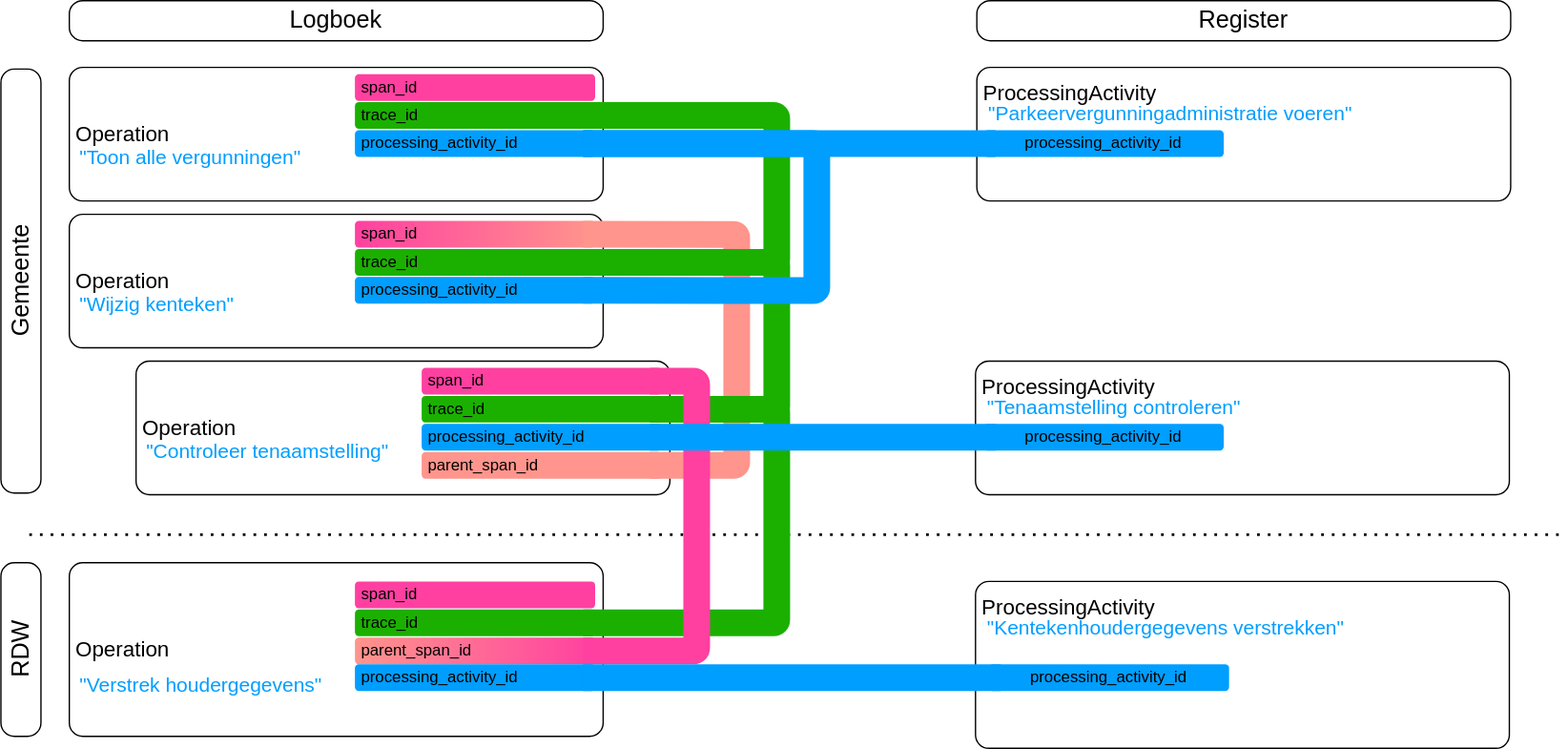
This is media/relatie_logboekelementen_afbeelding14.svg from Logius-standaarden/logboek-dataverwerkingen-inleiding, a draw.io export, as it was before one commit. Source tidied: cells renumbered, new cells last; positions are measured from the earlier drawing's top-left corner, leaving out a move shared by most shapes.
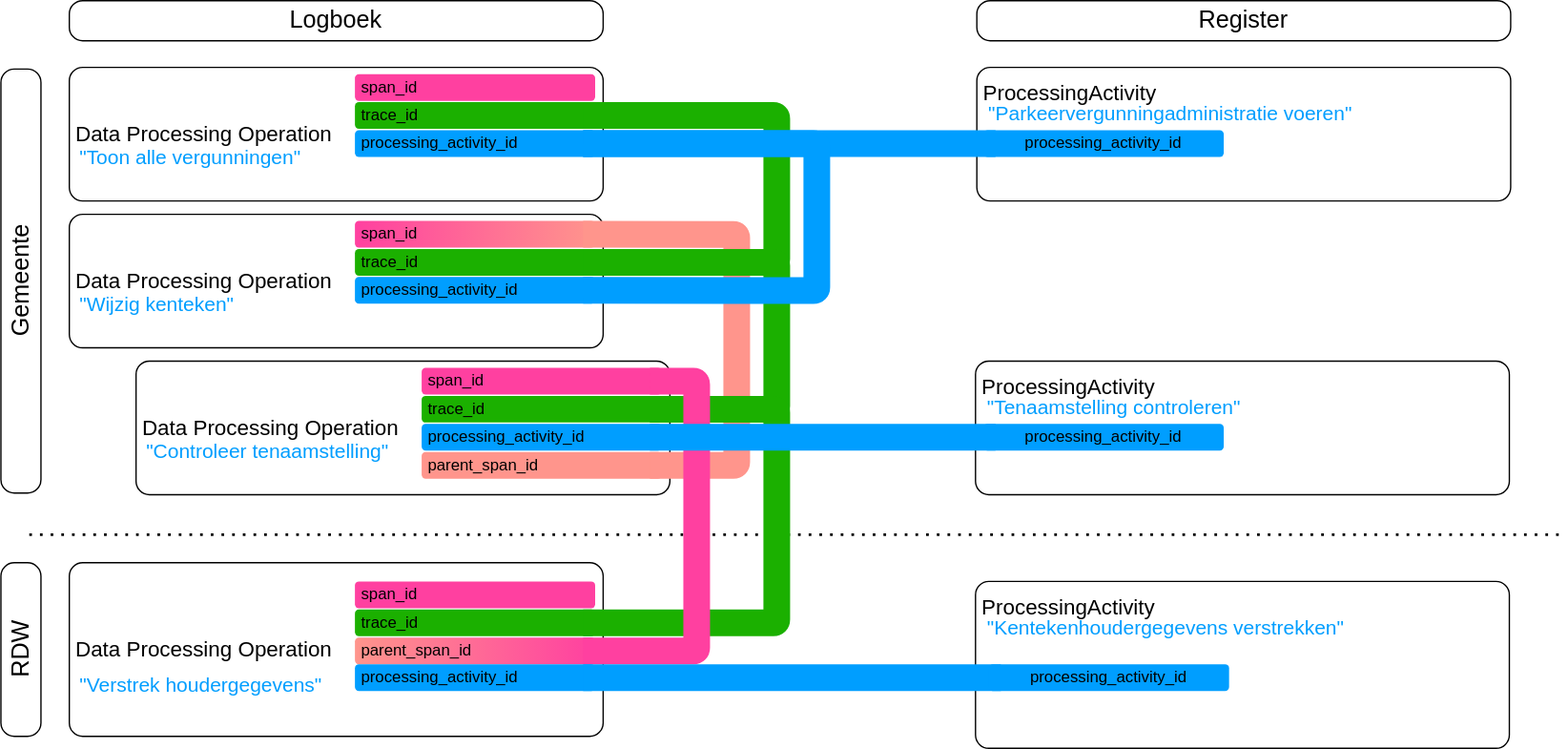
After the change.

Change to the diagram source:
```diff
@@ -2,7 +2,7 @@
   <root>
     <mxCell id="0" />
     <mxCell id="1" parent="0" />
-    <mxCell id="2" value="Operation" style="rounded=1;whiteSpace=wrap;html=1;align=left;fontSize=16;spacing=5;absoluteArcSize=1;fillColor=none;" parent="1" vertex="1">
+    <mxCell id="2" value="Data Processing Operation" style="rounded=1;whiteSpace=wrap;html=1;align=left;fontSize=16;spacing=5;absoluteArcSize=1;fillColor=none;" parent="1" vertex="1">
       <mxGeometry x="195" y="50" width="400" height="100" as="geometry" />
     </mxCell>
     <mxCell id="3" value="trace_id" style="rounded=1;whiteSpace=wrap;html=1;strokeColor=none;fillColor=#1BB000;points=[[0,0,0,0,0],[0,0.25,0,0,0],[0,0.75,0,0,0],[0,1,0,0,0],[0.05,0.5,0,0,0],[0.25,0,0,0,0],[0.25,1,0,0,0],[0.5,0,0,0,0],[0.5,1,0,0,0],[0.75,0,0,0,0],[0.75,1,0,0,0],[0.95,0.5,0,0,0],[1,0,0,0,0],[1,0.25,0,0,0],[1,0.75,0,0,0],[1,1,0,0,0]];align=left;spacing=5;" parent="1" vertex="1">
@@ -14,7 +14,7 @@
     <mxCell id="5" value="processing_activity_id" style="rounded=1;whiteSpace=wrap;html=1;strokeColor=none;fillColor=#009EFF;points=[[0,0,0,0,0],[0,0.25,0,0,0],[0,0.75,0,0,0],[0,1,0,0,0],[0.05,0.5,0,0,0],[0.25,0,0,0,0],[0.25,1,0,0,0],[0.5,0,0,0,0],[0.5,1,0,0,0],[0.75,0,0,0,0],[0.75,1,0,0,0],[0.95,0.5,0,0,0],[1,0,0,0,0],[1,0.25,0,0,0],[1,0.75,0,0,0],[1,1,0,0,0]];align=left;spacing=5;" parent="1" vertex="1">
       <mxGeometry x="409" y="97" width="180" height="20" as="geometry" />
     </mxCell>
-    <mxCell id="6" value="Operation" style="rounded=1;whiteSpace=wrap;html=1;align=left;fontSize=16;spacing=5;absoluteArcSize=1;fillColor=none;" parent="1" vertex="1">
+    <mxCell id="6" value="Data Processing Operation" style="rounded=1;whiteSpace=wrap;html=1;align=left;fontSize=16;spacing=5;absoluteArcSize=1;fillColor=none;" parent="1" vertex="1">
       <mxGeometry x="195" y="160" width="400" height="100" as="geometry" />
     </mxCell>
     <mxCell id="7" value="trace_id" style="rounded=1;whiteSpace=wrap;html=1;strokeColor=none;fillColor=#1BB000;points=[[0,0,0,0,0],[0,0.25,0,0,0],[0,0.75,0,0,0],[0,1,0,0,0],[0.05,0.5,0,0,0],[0.25,0,0,0,0],[0.25,1,0,0,0],[0.5,0,0,0,0],[0.5,1,0,0,0],[0.75,0,0,0,0],[0.75,1,0,0,0],[0.95,0.5,0,0,0],[1,0,0,0,0],[1,0.25,0,0,0],[1,0.75,0,0,0],[1,1,0,0,0]];align=left;spacing=5;" parent="1" vertex="1">
@@ -32,7 +32,7 @@
     <mxCell id="11" value="span_id" style="rounded=1;whiteSpace=wrap;html=1;strokeColor=none;fillColor=light-dark(#FF40A0,#FF40A0);points=[[0,0,0,0,0],[0,0.25,0,0,0],[0,0.75,0,0,0],[0,1,0,0,0],[0.05,0.5,0,0,0],[0.25,0,0,0,0],[0.25,1,0,0,0],[0.5,0,0,0,0],[0.5,1,0,0,0],[0.75,0,0,0,0],[0.75,1,0,0,0],[0.95,0.5,0,0,0],[1,0,0,0,0],[1,0.25,0,0,0],[1,0.75,0,0,0],[1,1,0,0,0]];align=left;spacing=5;gradientColor=light-dark(#FF958C,#FF958C);gradientDirection=east;" parent="1" vertex="1">
       <mxGeometry x="409" y="165" width="180" height="20" as="geometry" />
     </mxCell>
-    <mxCell id="12" value="Operation" style="rounded=1;whiteSpace=wrap;html=1;align=left;fontSize=16;spacing=5;absoluteArcSize=1;fillColor=none;" parent="1" vertex="1">
+    <mxCell id="12" value="Data Processing Operation" style="rounded=1;whiteSpace=wrap;html=1;align=left;fontSize=16;spacing=5;absoluteArcSize=1;fillColor=none;" parent="1" vertex="1">
       <mxGeometry x="245" y="270" width="400" height="100" as="geometry" />
     </mxCell>
     <mxCell id="13" value="trace_id" style="rounded=1;whiteSpace=wrap;html=1;strokeColor=none;fillColor=#1BB000;points=[[0,0,0,0,0],[0,0.25,0,0,0],[0,0.75,0,0,0],[0,1,0,0,0],[0.05,0.5,0,0,0],[0.25,0,0,0,0],[0.25,1,0,0,0],[0.5,0,0,0,0],[0.5,1,0,0,0],[0.75,0,0,0,0],[0.75,1,0,0,0],[0.95,0.5,0,0,0],[1,0,0,0,0],[1,0.25,0,0,0],[1,0.75,0,0,0],[1,1,0,0,0]];align=left;spacing=5;" parent="1" vertex="1">
@@ -47,7 +47,7 @@
     <mxCell id="16" value="span_id" style="rounded=1;whiteSpace=wrap;html=1;strokeColor=none;fillColor=light-dark(#FF40A0,#FF40A0);points=[[0,0,0,0,0],[0,0.25,0,0,0],[0,0.75,0,0,0],[0,1,0,0,0],[0.05,0.5,0,0,0],[0.25,0,0,0,0],[0.25,1,0,0,0],[0.5,0,0,0,0],[0.5,1,0,0,0],[0.75,0,0,0,0],[0.75,1,0,0,0],[0.95,0.5,0,0,0],[1,0,0,0,0],[1,0.25,0,0,0],[1,0.75,0,0,0],[1,1,0,0,0]];align=left;spacing=5;" parent="1" vertex="1">
       <mxGeometry x="459" y="275" width="180" height="20" as="geometry" />
     </mxCell>
-    <mxCell id="17" value="Operation" style="rounded=1;whiteSpace=wrap;html=1;align=left;fontSize=16;spacing=5;absoluteArcSize=1;fillColor=none;" parent="1" vertex="1">
+    <mxCell id="17" value="Data Processing Operation" style="rounded=1;whiteSpace=wrap;html=1;align=left;fontSize=16;spacing=5;absoluteArcSize=1;fillColor=none;" parent="1" vertex="1">
       <mxGeometry x="195" y="421" width="400" height="130" as="geometry" />
     </mxCell>
     <mxCell id="18" value="trace_id" style="rounded=1;whiteSpace=wrap;html=1;strokeColor=none;fillColor=#1BB000;points=[[0,0,0,0,0],[0,0.25,0,0,0],[0,0.75,0,0,0],[0,1,0,0,0],[0.05,0.5,0,0,0],[0.25,0,0,0,0],[0.25,1,0,0,0],[0.5,0,0,0,0],[0.5,1,0,0,0],[0.75,0,0,0,0],[0.75,1,0,0,0],[0.95,0.5,0,0,0],[1,0,0,0,0],[1,0.25,0,0,0],[1,0.75,0,0,0],[1,1,0,0,0]];align=left;spacing=5;gradientColor=none;gradientDirection=west;" parent="1" vertex="1">
```
